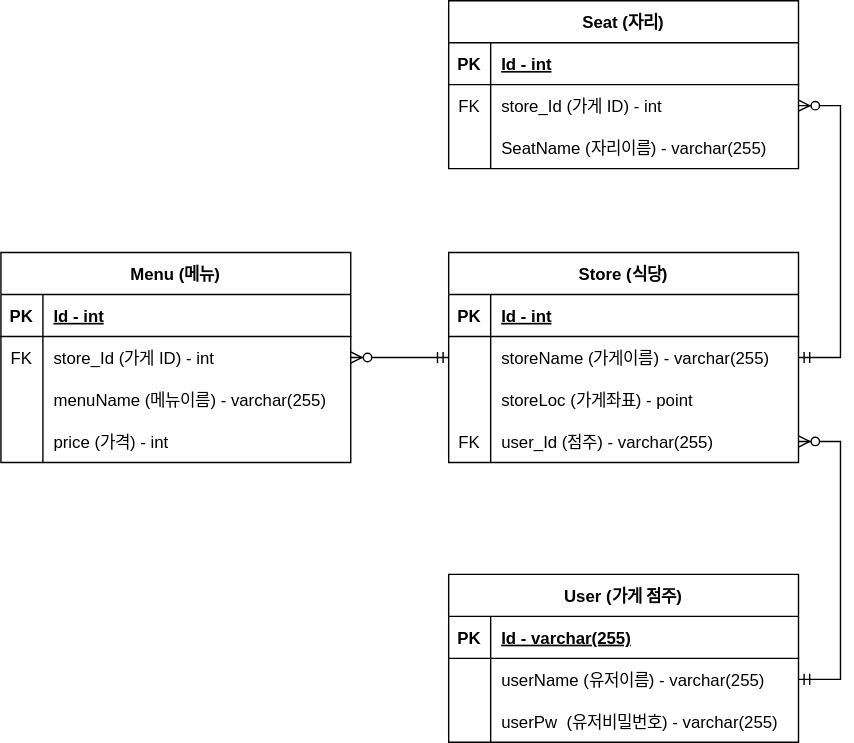
Above: documents/jpos_qr_ERD.svg in JeonChanHyeok/Jpos (draw.io), before the change. Source tidied: cells renumbered, new cells last; positions are measured from the earlier drawing's top-left corner, leaving out a move shared by most shapes. Source of this version:
```xml
<mxGraphModel>
  <root>
    <mxCell id="0" />
    <mxCell id="1" parent="0" />
    <mxCell id="2" value="Store (식당)" style="shape=table;startSize=30;rowLines=0;fontStyle=1;align=center;" parent="1" vertex="1">
      <mxGeometry x="320" y="180" width="250" height="150" as="geometry" />
    </mxCell>
    <mxCell id="3" style="shape=partialRectangle;fillColor=none;top=0;left=0;right=0;bottom=1;" parent="2" vertex="1">
      <mxGeometry y="30" width="250" height="30" as="geometry" />
    </mxCell>
    <mxCell id="4" value="PK" style="shape=partialRectangle;overflow=hidden;fillColor=none;top=0;left=0;bottom=0;right=0;fontStyle=1;" parent="3" vertex="1">
      <mxGeometry width="30" height="30" as="geometry" />
    </mxCell>
    <mxCell id="5" value="Id - int" style="shape=partialRectangle;overflow=hidden;fillColor=none;top=0;left=0;bottom=0;right=0;align=left;spacingLeft=6;fontStyle=5;" parent="3" vertex="1">
      <mxGeometry x="30" width="220" height="30" as="geometry" />
    </mxCell>
    <mxCell id="6" style="shape=partialRectangle;fillColor=none;points=[[0,0.5],[1,0.5]];portConstraint=eastwest;top=0;left=0;right=0;bottom=0;" parent="2" vertex="1">
      <mxGeometry y="60" width="250" height="30" as="geometry" />
    </mxCell>
    <mxCell id="7" style="shape=partialRectangle;overflow=hidden;fillColor=none;top=0;left=0;bottom=0;right=0;" parent="6" vertex="1">
      <mxGeometry width="30" height="30" as="geometry" />
    </mxCell>
    <mxCell id="8" value="storeName (가게이름) - varchar(255)" style="shape=partialRectangle;overflow=hidden;fillColor=none;top=0;left=0;bottom=0;right=0;align=left;spacingLeft=6;" parent="6" vertex="1">
      <mxGeometry x="30" width="220" height="30" as="geometry" />
    </mxCell>
    <mxCell id="9" style="shape=partialRectangle;fillColor=none;top=0;left=0;right=0;bottom=0;" parent="2" vertex="1">
      <mxGeometry y="90" width="250" height="30" as="geometry" />
    </mxCell>
    <mxCell id="10" style="shape=partialRectangle;overflow=hidden;fillColor=none;top=0;left=0;bottom=0;right=0;" parent="9" vertex="1">
      <mxGeometry width="30" height="30" as="geometry" />
    </mxCell>
    <mxCell id="11" value="storeLoc (가게좌표) - point" style="shape=partialRectangle;overflow=hidden;fillColor=none;top=0;left=0;bottom=0;right=0;align=left;spacingLeft=6;" parent="9" vertex="1">
      <mxGeometry x="30" width="220" height="30" as="geometry" />
    </mxCell>
    <mxCell id="12" style="shape=partialRectangle;fillColor=none;points=[[0,0.5],[1,0.5]];portConstraint=eastwest;top=0;left=0;right=0;bottom=0;" parent="2" vertex="1">
      <mxGeometry y="120" width="250" height="30" as="geometry" />
    </mxCell>
    <mxCell id="13" value="FK" style="shape=partialRectangle;overflow=hidden;fillColor=none;top=0;left=0;bottom=0;right=0;" parent="12" vertex="1">
      <mxGeometry width="30" height="30" as="geometry" />
    </mxCell>
    <mxCell id="14" value="user_Id (점주) - varchar(255)" style="shape=partialRectangle;overflow=hidden;fillColor=none;top=0;left=0;bottom=0;right=0;align=left;spacingLeft=6;" parent="12" vertex="1">
      <mxGeometry x="30" width="220" height="30" as="geometry" />
    </mxCell>
    <mxCell id="15" value="Menu (메뉴)" style="shape=table;startSize=30;rowLines=0;fontStyle=1;align=center;" parent="1" vertex="1">
      <mxGeometry y="180" width="250" height="150" as="geometry" />
    </mxCell>
    <mxCell id="16" style="shape=partialRectangle;fillColor=none;top=0;left=0;right=0;bottom=1;" parent="15" vertex="1">
      <mxGeometry y="30" width="250" height="30" as="geometry" />
    </mxCell>
    <mxCell id="17" value="PK" style="shape=partialRectangle;overflow=hidden;fillColor=none;top=0;left=0;bottom=0;right=0;fontStyle=1;" parent="16" vertex="1">
      <mxGeometry width="30" height="30" as="geometry" />
    </mxCell>
    <mxCell id="18" value="Id - int" style="shape=partialRectangle;overflow=hidden;fillColor=none;top=0;left=0;bottom=0;right=0;align=left;spacingLeft=6;fontStyle=5;" parent="16" vertex="1">
      <mxGeometry x="30" width="220" height="30" as="geometry" />
    </mxCell>
    <mxCell id="19" style="shape=partialRectangle;fillColor=none;points=[[0,0.5],[1,0.5]];portConstraint=eastwest;top=0;left=0;right=0;bottom=0;" parent="15" vertex="1">
      <mxGeometry y="60" width="250" height="30" as="geometry" />
    </mxCell>
    <mxCell id="20" value="FK" style="shape=partialRectangle;overflow=hidden;fillColor=none;top=0;left=0;bottom=0;right=0;" parent="19" vertex="1">
      <mxGeometry width="30" height="30" as="geometry" />
    </mxCell>
    <mxCell id="21" value="store_Id (가게 ID) - int" style="shape=partialRectangle;overflow=hidden;fillColor=none;top=0;left=0;bottom=0;right=0;align=left;spacingLeft=6;" parent="19" vertex="1">
      <mxGeometry x="30" width="220" height="30" as="geometry" />
    </mxCell>
    <mxCell id="22" style="shape=partialRectangle;fillColor=none;top=0;left=0;right=0;bottom=0;" parent="15" vertex="1">
      <mxGeometry y="90" width="250" height="30" as="geometry" />
    </mxCell>
    <mxCell id="23" style="shape=partialRectangle;overflow=hidden;fillColor=none;top=0;left=0;bottom=0;right=0;" parent="22" vertex="1">
      <mxGeometry width="30" height="30" as="geometry" />
    </mxCell>
    <mxCell id="24" value="menuName (메뉴이름) - varchar(255)" style="shape=partialRectangle;overflow=hidden;fillColor=none;top=0;left=0;bottom=0;right=0;align=left;spacingLeft=6;" parent="22" vertex="1">
      <mxGeometry x="30" width="220" height="30" as="geometry" />
    </mxCell>
    <mxCell id="25" style="shape=partialRectangle;fillColor=none;top=0;left=0;right=0;bottom=0;" parent="15" vertex="1">
      <mxGeometry y="120" width="250" height="30" as="geometry" />
    </mxCell>
    <mxCell id="26" style="shape=partialRectangle;overflow=hidden;fillColor=none;top=0;left=0;bottom=0;right=0;" parent="25" vertex="1">
      <mxGeometry width="30" height="30" as="geometry" />
    </mxCell>
    <mxCell id="27" value="price (가격) - int" style="shape=partialRectangle;overflow=hidden;fillColor=none;top=0;left=0;bottom=0;right=0;align=left;spacingLeft=6;" parent="25" vertex="1">
      <mxGeometry x="30" width="220" height="30" as="geometry" />
    </mxCell>
    <mxCell id="28" value="User (가게 점주)" style="shape=table;startSize=30;rowLines=0;fontStyle=1;align=center;" parent="1" vertex="1">
      <mxGeometry x="320" y="410" width="250" height="120" as="geometry" />
    </mxCell>
    <mxCell id="29" style="shape=partialRectangle;fillColor=none;top=0;left=0;right=0;bottom=1;" parent="28" vertex="1">
      <mxGeometry y="30" width="250" height="30" as="geometry" />
    </mxCell>
    <mxCell id="30" value="PK" style="shape=partialRectangle;overflow=hidden;fillColor=none;top=0;left=0;bottom=0;right=0;fontStyle=1;" parent="29" vertex="1">
      <mxGeometry width="30" height="30" as="geometry" />
    </mxCell>
    <mxCell id="31" value="Id - varchar(255)" style="shape=partialRectangle;overflow=hidden;fillColor=none;top=0;left=0;bottom=0;right=0;align=left;spacingLeft=6;fontStyle=5;" parent="29" vertex="1">
      <mxGeometry x="30" width="220" height="30" as="geometry" />
    </mxCell>
    <mxCell id="32" style="shape=partialRectangle;fillColor=none;points=[[0,0.5],[1,0.5]];portConstraint=eastwest;top=0;left=0;right=0;bottom=0;" parent="28" vertex="1">
      <mxGeometry y="60" width="250" height="30" as="geometry" />
    </mxCell>
    <mxCell id="33" style="shape=partialRectangle;overflow=hidden;fillColor=none;top=0;left=0;bottom=0;right=0;" parent="32" vertex="1">
      <mxGeometry width="30" height="30" as="geometry" />
    </mxCell>
    <mxCell id="34" value="userName (유저이름) - varchar(255)" style="shape=partialRectangle;overflow=hidden;fillColor=none;top=0;left=0;bottom=0;right=0;align=left;spacingLeft=6;" parent="32" vertex="1">
      <mxGeometry x="30" width="220" height="30" as="geometry" />
    </mxCell>
    <mxCell id="35" style="shape=partialRectangle;fillColor=none;top=0;left=0;right=0;bottom=0;" parent="28" vertex="1">
      <mxGeometry y="90" width="250" height="30" as="geometry" />
    </mxCell>
    <mxCell id="36" style="shape=partialRectangle;overflow=hidden;fillColor=none;top=0;left=0;bottom=0;right=0;" parent="35" vertex="1">
      <mxGeometry width="30" height="30" as="geometry" />
    </mxCell>
    <mxCell id="37" value="userPw  (유저비밀번호) - varchar(255)" style="shape=partialRectangle;overflow=hidden;fillColor=none;top=0;left=0;bottom=0;right=0;align=left;spacingLeft=6;" parent="35" vertex="1">
      <mxGeometry x="30" width="220" height="30" as="geometry" />
    </mxCell>
    <mxCell id="38" value="Seat (자리)" style="shape=table;startSize=30;rowLines=0;fontStyle=1;align=center;" parent="1" vertex="1">
      <mxGeometry x="320" width="250" height="120" as="geometry" />
    </mxCell>
    <mxCell id="39" style="shape=partialRectangle;fillColor=none;top=0;left=0;right=0;bottom=1;" parent="38" vertex="1">
      <mxGeometry y="30" width="250" height="30" as="geometry" />
    </mxCell>
    <mxCell id="40" value="PK" style="shape=partialRectangle;overflow=hidden;fillColor=none;top=0;left=0;bottom=0;right=0;fontStyle=1;" parent="39" vertex="1">
      <mxGeometry width="30" height="30" as="geometry" />
    </mxCell>
    <mxCell id="41" value="Id - int" style="shape=partialRectangle;overflow=hidden;fillColor=none;top=0;left=0;bottom=0;right=0;align=left;spacingLeft=6;fontStyle=5;" parent="39" vertex="1">
      <mxGeometry x="30" width="220" height="30" as="geometry" />
    </mxCell>
    <mxCell id="42" style="shape=partialRectangle;fillColor=none;points=[[0,0.5],[1,0.5]];portConstraint=eastwest;top=0;left=0;right=0;bottom=0;" parent="38" vertex="1">
      <mxGeometry y="60" width="250" height="30" as="geometry" />
    </mxCell>
    <mxCell id="43" value="FK" style="shape=partialRectangle;overflow=hidden;fillColor=none;top=0;left=0;bottom=0;right=0;" parent="42" vertex="1">
      <mxGeometry width="30" height="30" as="geometry" />
    </mxCell>
    <mxCell id="44" value="store_Id (가게 ID) - int" style="shape=partialRectangle;overflow=hidden;fillColor=none;top=0;left=0;bottom=0;right=0;align=left;spacingLeft=6;" parent="42" vertex="1">
      <mxGeometry x="30" width="220" height="30" as="geometry" />
    </mxCell>
    <mxCell id="45" style="shape=partialRectangle;fillColor=none;top=0;left=0;right=0;bottom=0;" parent="38" vertex="1">
      <mxGeometry y="90" width="250" height="30" as="geometry" />
    </mxCell>
    <mxCell id="46" style="shape=partialRectangle;overflow=hidden;fillColor=none;top=0;left=0;bottom=0;right=0;" parent="45" vertex="1">
      <mxGeometry width="30" height="30" as="geometry" />
    </mxCell>
    <mxCell id="47" value="SeatName (자리이름) - varchar(255)" style="shape=partialRectangle;overflow=hidden;fillColor=none;top=0;left=0;bottom=0;right=0;align=left;spacingLeft=6;" parent="45" vertex="1">
      <mxGeometry x="30" width="220" height="30" as="geometry" />
    </mxCell>
    <mxCell id="48" style="edgeStyle=entityRelationEdgeStyle;fontSize=12;html=1;endArrow=ERzeroToMany;startArrow=ERmandOne;rounded=0;exitX=1;exitY=0.5;exitDx=0;exitDy=0;entryX=1;entryY=0.5;entryDx=0;entryDy=0;" parent="1" edge="1" source="32" target="12">
      <mxGeometry relative="1" as="geometry" />
    </mxCell>
    <mxCell id="49" style="edgeStyle=entityRelationEdgeStyle;fontSize=12;html=1;endArrow=ERzeroToMany;startArrow=ERmandOne;rounded=0;exitX=0;exitY=0.5;exitDx=0;exitDy=0;entryX=1;entryY=0.5;entryDx=0;entryDy=0;" parent="1" edge="1" source="6" target="19">
      <mxGeometry relative="1" as="geometry" />
    </mxCell>
    <mxCell id="50" style="edgeStyle=entityRelationEdgeStyle;fontSize=12;html=1;endArrow=ERzeroToMany;startArrow=ERmandOne;rounded=0;exitX=1;exitY=0.5;exitDx=0;exitDy=0;entryX=1;entryY=0.5;entryDx=0;entryDy=0;" parent="1" edge="1" source="6" target="42">
      <mxGeometry relative="1" as="geometry" />
    </mxCell>
  </root>
</mxGraphModel>
```
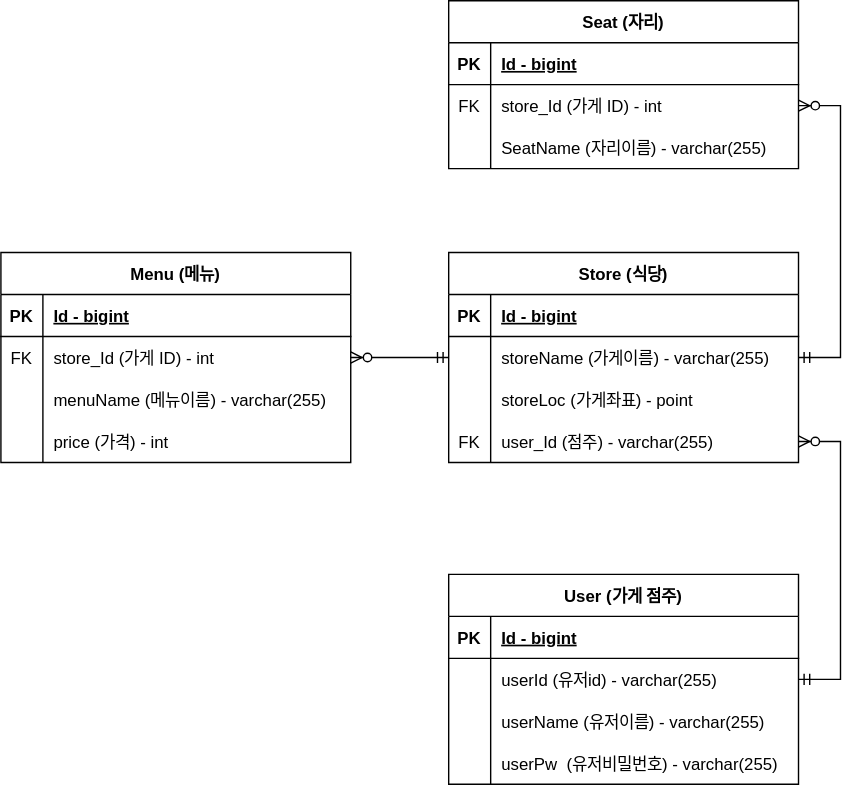
After the change.

Commit message:
#2 - jpos qr용 erd 수정

Diff of the diagram source:
```diff
@@ -11,7 +11,7 @@
     <mxCell id="4" value="PK" style="shape=partialRectangle;overflow=hidden;fillColor=none;top=0;left=0;bottom=0;right=0;fontStyle=1;" parent="3" vertex="1">
       <mxGeometry width="30" height="30" as="geometry" />
     </mxCell>
-    <mxCell id="5" value="Id - int" style="shape=partialRectangle;overflow=hidden;fillColor=none;top=0;left=0;bottom=0;right=0;align=left;spacingLeft=6;fontStyle=5;" parent="3" vertex="1">
+    <mxCell id="5" value="Id - bigint" style="shape=partialRectangle;overflow=hidden;fillColor=none;top=0;left=0;bottom=0;right=0;align=left;spacingLeft=6;fontStyle=5;" parent="3" vertex="1">
       <mxGeometry x="30" width="220" height="30" as="geometry" />
     </mxCell>
     <mxCell id="6" style="shape=partialRectangle;fillColor=none;points=[[0,0.5],[1,0.5]];portConstraint=eastwest;top=0;left=0;right=0;bottom=0;" parent="2" vertex="1">
@@ -50,7 +50,7 @@
     <mxCell id="17" value="PK" style="shape=partialRectangle;overflow=hidden;fillColor=none;top=0;left=0;bottom=0;right=0;fontStyle=1;" parent="16" vertex="1">
       <mxGeometry width="30" height="30" as="geometry" />
     </mxCell>
-    <mxCell id="18" value="Id - int" style="shape=partialRectangle;overflow=hidden;fillColor=none;top=0;left=0;bottom=0;right=0;align=left;spacingLeft=6;fontStyle=5;" parent="16" vertex="1">
+    <mxCell id="18" value="Id - bigint" style="shape=partialRectangle;overflow=hidden;fillColor=none;top=0;left=0;bottom=0;right=0;align=left;spacingLeft=6;fontStyle=5;" parent="16" vertex="1">
       <mxGeometry x="30" width="220" height="30" as="geometry" />
     </mxCell>
     <mxCell id="19" style="shape=partialRectangle;fillColor=none;points=[[0,0.5],[1,0.5]];portConstraint=eastwest;top=0;left=0;right=0;bottom=0;" parent="15" vertex="1">
@@ -81,7 +81,7 @@
       <mxGeometry x="30" width="220" height="30" as="geometry" />
     </mxCell>
     <mxCell id="28" value="User (가게 점주)" style="shape=table;startSize=30;rowLines=0;fontStyle=1;align=center;" parent="1" vertex="1">
-      <mxGeometry x="320" y="410" width="250" height="120" as="geometry" />
+      <mxGeometry x="320" y="410" width="250" height="150" as="geometry" />
     </mxCell>
     <mxCell id="29" style="shape=partialRectangle;fillColor=none;top=0;left=0;right=0;bottom=1;" parent="28" vertex="1">
       <mxGeometry y="30" width="250" height="30" as="geometry" />
@@ -89,7 +89,7 @@
     <mxCell id="30" value="PK" style="shape=partialRectangle;overflow=hidden;fillColor=none;top=0;left=0;bottom=0;right=0;fontStyle=1;" parent="29" vertex="1">
       <mxGeometry width="30" height="30" as="geometry" />
     </mxCell>
-    <mxCell id="31" value="Id - varchar(255)" style="shape=partialRectangle;overflow=hidden;fillColor=none;top=0;left=0;bottom=0;right=0;align=left;spacingLeft=6;fontStyle=5;" parent="29" vertex="1">
+    <mxCell id="31" value="Id - bigint" style="shape=partialRectangle;overflow=hidden;fillColor=none;top=0;left=0;bottom=0;right=0;align=left;spacingLeft=6;fontStyle=5;" parent="29" vertex="1">
       <mxGeometry x="30" width="220" height="30" as="geometry" />
     </mxCell>
     <mxCell id="32" style="shape=partialRectangle;fillColor=none;points=[[0,0.5],[1,0.5]];portConstraint=eastwest;top=0;left=0;right=0;bottom=0;" parent="28" vertex="1">
@@ -98,11 +98,20 @@
     <mxCell id="33" style="shape=partialRectangle;overflow=hidden;fillColor=none;top=0;left=0;bottom=0;right=0;" parent="32" vertex="1">
       <mxGeometry width="30" height="30" as="geometry" />
     </mxCell>
-    <mxCell id="34" value="userName (유저이름) - varchar(255)" style="shape=partialRectangle;overflow=hidden;fillColor=none;top=0;left=0;bottom=0;right=0;align=left;spacingLeft=6;" parent="32" vertex="1">
+    <mxCell id="34" value="userId (유저id) - varchar(255)" style="shape=partialRectangle;overflow=hidden;fillColor=none;top=0;left=0;bottom=0;right=0;align=left;spacingLeft=6;" parent="32" vertex="1">
       <mxGeometry x="30" width="220" height="30" as="geometry" />
     </mxCell>
+    <mxCell id="51" style="shape=partialRectangle;fillColor=none;top=0;left=0;right=0;bottom=0;" parent="28" vertex="1">
+      <mxGeometry y="90" width="250" height="30" as="geometry" />
+    </mxCell>
+    <mxCell id="52" style="shape=partialRectangle;overflow=hidden;fillColor=none;top=0;left=0;bottom=0;right=0;" parent="51" vertex="1">
+      <mxGeometry width="30" height="30" as="geometry" />
+    </mxCell>
+    <mxCell id="53" value="userName (유저이름) - varchar(255)" style="shape=partialRectangle;overflow=hidden;fillColor=none;top=0;left=0;bottom=0;right=0;align=left;spacingLeft=6;" parent="51" vertex="1">
+      <mxGeometry x="30" width="220" height="30" as="geometry" />
+    </mxCell>
     <mxCell id="35" style="shape=partialRectangle;fillColor=none;top=0;left=0;right=0;bottom=0;" parent="28" vertex="1">
-      <mxGeometry y="90" width="250" height="30" as="geometry" />
+      <mxGeometry y="120" width="250" height="30" as="geometry" />
     </mxCell>
     <mxCell id="36" style="shape=partialRectangle;overflow=hidden;fillColor=none;top=0;left=0;bottom=0;right=0;" parent="35" vertex="1">
       <mxGeometry width="30" height="30" as="geometry" />
@@ -119,7 +128,7 @@
     <mxCell id="40" value="PK" style="shape=partialRectangle;overflow=hidden;fillColor=none;top=0;left=0;bottom=0;right=0;fontStyle=1;" parent="39" vertex="1">
       <mxGeometry width="30" height="30" as="geometry" />
     </mxCell>
-    <mxCell id="41" value="Id - int" style="shape=partialRectangle;overflow=hidden;fillColor=none;top=0;left=0;bottom=0;right=0;align=left;spacingLeft=6;fontStyle=5;" parent="39" vertex="1">
+    <mxCell id="41" value="Id - bigint" style="shape=partialRectangle;overflow=hidden;fillColor=none;top=0;left=0;bottom=0;right=0;align=left;spacingLeft=6;fontStyle=5;" parent="39" vertex="1">
       <mxGeometry x="30" width="220" height="30" as="geometry" />
     </mxCell>
     <mxCell id="42" style="shape=partialRectangle;fillColor=none;points=[[0,0.5],[1,0.5]];portConstraint=eastwest;top=0;left=0;right=0;bottom=0;" parent="38" vertex="1">
```
